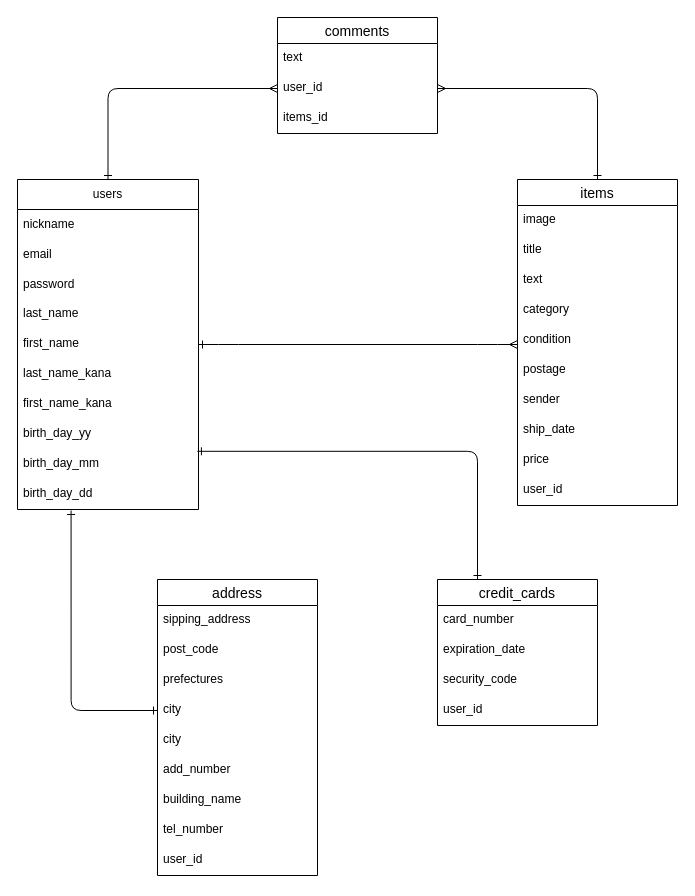
Earlier version of the draw.io diagram er.dio (kurikinako/furima-39224). Source tidied: cells renumbered, new cells numbered last; positions are measured from the earlier drawing's top-left corner, leaving out a move shared by most shapes. Both pictures are drawn from the tidied source at 100%, with x=0, y=0 at pixel (17, 17).
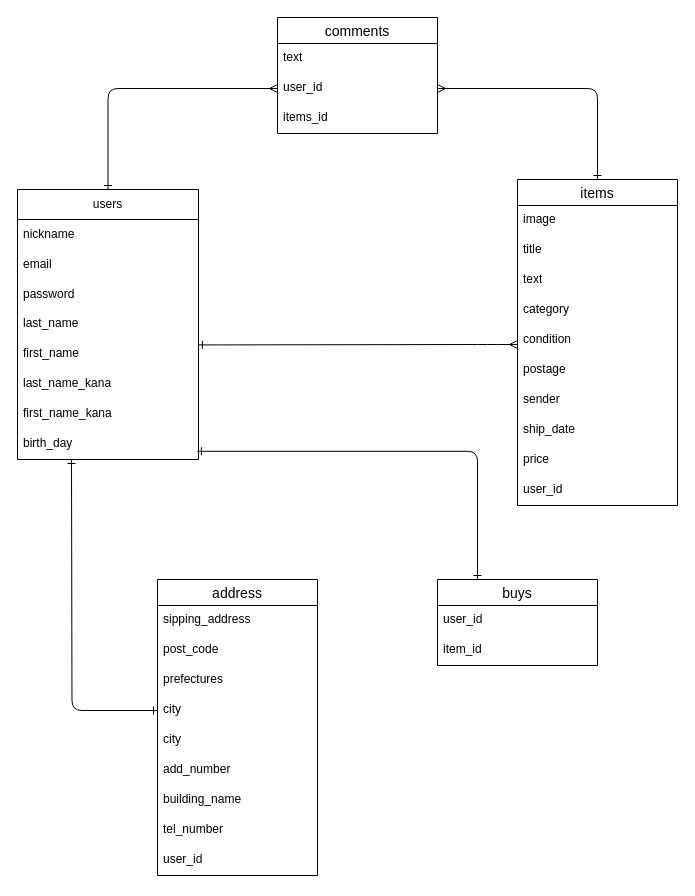
Above is the later version.

Commit message (it also covers changes not shown here):
データベース設計の修正

The change refers to these unchanged cells:
```xml
<mxCell id="8" value="first_name" style="text;strokeColor=none;fillColor=none;spacingLeft=4;spacingRight=4;overflow=hidden;points=[[0,0.5],[1,0.5]];portConstraint=eastwest;fontSize=12;" parent="3" vertex="1">
  <mxGeometry y="150" width="181" height="30" as="geometry" />
</mxCell>
<mxCell id="39" value="city" style="text;strokeColor=none;fillColor=none;spacingLeft=4;spacingRight=4;overflow=hidden;points=[[0,0.5],[1,0.5]];portConstraint=eastwest;fontSize=12;" parent="35" vertex="1">
  <mxGeometry y="116" width="160" height="30" as="geometry" />
</mxCell>
```

Change to the diagram source:
```diff
@@
     <mxCell id="3" value="users" style="swimlane;fontStyle=0;horizontal=1;startSize=30;whiteSpace=wrap;html=1;" parent="1" vertex="1">
-      <mxGeometry y="162" width="181" height="330" as="geometry" />
+      <mxGeometry y="172" width="181" height="270" as="geometry" />
     </mxCell>
@@
-    <mxCell id="11" value="birth_day_yy" style="text;strokeColor=none;fillColor=none;spacingLeft=4;spacingRight=4;overflow=hidden;fontSize=12;" parent="3" vertex="1">
+    <mxCell id="11" value="birth_day" style="text;strokeColor=none;fillColor=none;spacingLeft=4;spacingRight=4;overflow=hidden;fontSize=12;" parent="3" vertex="1">
       <mxGeometry y="240" width="181" height="30" as="geometry" />
     </mxCell>
-    <mxCell id="12" value="birth_day_mm" style="text;strokeColor=none;fillColor=none;spacingLeft=4;spacingRight=4;overflow=hidden;points=[[0,0.5],[1,0.5]];portConstraint=eastwest;fontSize=12;" parent="3" vertex="1">
-      <mxGeometry y="270" width="181" height="30" as="geometry" />
-    </mxCell>
-    <mxCell id="13" value="birth_day_dd" style="text;strokeColor=none;fillColor=none;spacingLeft=4;spacingRight=4;overflow=hidden;points=[[0,0.5],[1,0.5]];portConstraint=eastwest;fontSize=12;" parent="3" vertex="1">
-      <mxGeometry y="300" width="181" height="30" as="geometry" />
-    </mxCell>
@@
-    <mxCell id="29" style="html=1;exitX=0.25;exitY=0;exitDx=0;exitDy=0;startArrow=ERone;startFill=0;endArrow=ERone;endFill=0;elbow=vertical;entryX=0.994;entryY=0.06;entryDx=0;entryDy=0;entryPerimeter=0;edgeStyle=orthogonalEdgeStyle;" parent="1" edge="1" source="30" target="12">
+    <mxCell id="29" style="html=1;exitX=0.25;exitY=0;exitDx=0;exitDy=0;startArrow=ERone;startFill=0;endArrow=ERone;endFill=0;elbow=vertical;entryX=0.994;entryY=0.06;entryDx=0;entryDy=0;entryPerimeter=0;edgeStyle=orthogonalEdgeStyle;" parent="1" edge="1" source="30">
       <mxGeometry relative="1" as="geometry">
+        <mxPoint x="179.9" y="433.8" as="targetPoint" />
         <Array as="points">
           <mxPoint x="460" y="434" />
         </Array>
       </mxGeometry>
     </mxCell>
-    <mxCell id="30" value="credit_cards" style="swimlane;fontStyle=0;horizontal=1;startSize=26;align=center;fontSize=14;" parent="1" vertex="1">
-      <mxGeometry x="420" y="562" width="160" height="146" as="geometry" />
+    <mxCell id="30" value="buys" style="swimlane;fontStyle=0;horizontal=1;startSize=26;align=center;fontSize=14;" parent="1" vertex="1">
+      <mxGeometry x="420" y="562" width="160" height="86" as="geometry" />
     </mxCell>
-    <mxCell id="31" value="card_number" style="text;strokeColor=none;fillColor=none;spacingLeft=4;spacingRight=4;overflow=hidden;fontSize=12;" parent="30" vertex="1">
-      <mxGeometry y="26" width="160" height="30" as="geometry" />
-    </mxCell>
-    <mxCell id="32" value="expiration_date" style="text;strokeColor=none;fillColor=none;spacingLeft=4;spacingRight=4;overflow=hidden;fontSize=12;" parent="30" vertex="1">
-      <mxGeometry y="56" width="160" height="30" as="geometry" />
-    </mxCell>
+    <mxCell id="34" value="user_id" style="text;strokeColor=none;fillColor=none;spacingLeft=4;spacingRight=4;overflow=hidden;fontSize=12;" parent="30" vertex="1">
+      <mxGeometry y="26" width="160" height="30" as="geometry" />
+    </mxCell>
-    <mxCell id="33" value="security_code" style="text;strokeColor=none;fillColor=none;spacingLeft=4;spacingRight=4;overflow=hidden;fontSize=12;" parent="30" vertex="1">
-      <mxGeometry y="86" width="160" height="30" as="geometry" />
+    <mxCell id="33" value="item_id" style="text;strokeColor=none;fillColor=none;spacingLeft=4;spacingRight=4;overflow=hidden;fontSize=12;" parent="30" vertex="1">
+      <mxGeometry y="56" width="160" height="30" as="geometry" />
     </mxCell>
-    <mxCell id="34" value="user_id" style="text;strokeColor=none;fillColor=none;spacingLeft=4;spacingRight=4;overflow=hidden;fontSize=12;" parent="30" vertex="1">
-      <mxGeometry y="116" width="160" height="30" as="geometry" />
-    </mxCell>
@@
-    <mxCell id="45" style="edgeStyle=entityRelationEdgeStyle;html=1;exitX=1;exitY=0.5;exitDx=0;exitDy=0;endArrow=ERmany;endFill=0;startArrow=ERone;startFill=0;" parent="1" edge="1" source="8">
+    <mxCell id="45" style="edgeStyle=entityRelationEdgeStyle;html=1;endArrow=ERmany;endFill=0;startArrow=ERone;startFill=0;exitX=0.999;exitY=0.18;exitDx=0;exitDy=0;exitPerimeter=0;" parent="1" edge="1" source="8">
       <mxGeometry relative="1" as="geometry">
         <mxPoint x="500" y="327" as="targetPoint" />
       </mxGeometry>
     </mxCell>
-    <mxCell id="46" style="edgeStyle=orthogonalEdgeStyle;html=1;exitX=0;exitY=0.5;exitDx=0;exitDy=0;entryX=0.296;entryY=1.033;entryDx=0;entryDy=0;entryPerimeter=0;startArrow=ERone;startFill=0;endArrow=ERone;endFill=0;elbow=vertical;" parent="1" edge="1" source="39" target="13">
-      <mxGeometry relative="1" as="geometry" />
+    <mxCell id="46" style="edgeStyle=orthogonalEdgeStyle;html=1;exitX=0;exitY=0.5;exitDx=0;exitDy=0;startArrow=ERone;startFill=0;endArrow=ERone;endFill=0;elbow=vertical;" parent="1" edge="1" source="39">
+      <mxGeometry relative="1" as="geometry">
+        <mxPoint x="54" y="442" as="targetPoint" />
+      </mxGeometry>
     </mxCell>
```
